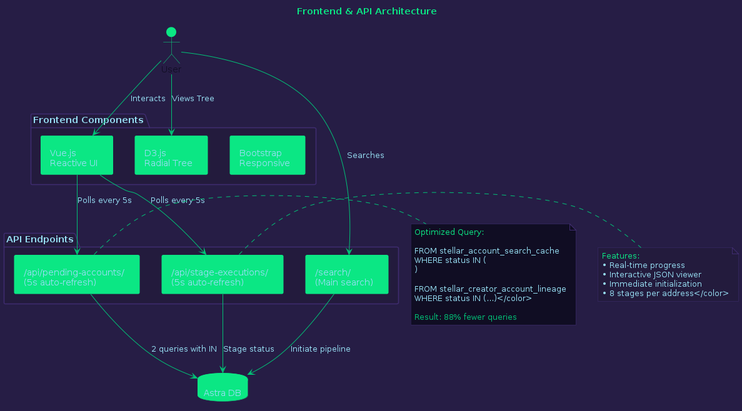
Above: diagrams/04_frontend_api.png in areveur51/StellarMapWeb (PlantUML), before the change.
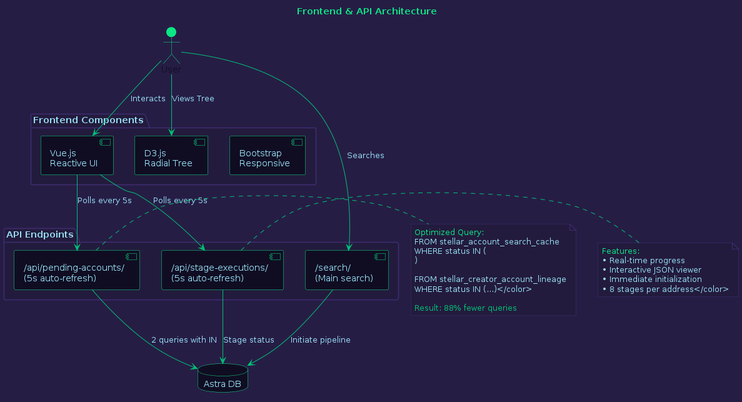
After the change.

What changed in the source:
```diff
@@ -11,7 +11,7 @@
 }
 
 skinparam database {
-  BackgroundColor #032314
+  BackgroundColor #100D23
   BorderColor #0BE784
   FontColor #96DDF2
 }
@@ -29,7 +29,7 @@
 }
 
 skinparam note {
-  BackgroundColor #100D23
+  BackgroundColor #231B3D
   BorderColor #3f2c70
   FontColor #96DDF2
 }
@@ -39,18 +39,18 @@
 actor User #0BE784
 
 package "Frontend Components" #231B3D {
-  component "Vue.js\nReactive UI" as Vue #0BE784
-  component "D3.js\nRadial Tree" as D3 #0BE784
-  component "Bootstrap\nResponsive" as Bootstrap #0BE784
+  component "Vue.js\nReactive UI" as Vue
+  component "D3.js\nRadial Tree" as D3
+  component "Bootstrap\nResponsive" as Bootstrap
 }
 
 package "API Endpoints" #231B3D {
-  component "/api/pending-accounts/\n(5s auto-refresh)" as PendingAPI #0BE784
-  component "/api/stage-executions/\n(5s auto-refresh)" as StagesAPI #0BE784
-  component "/search/\n(Main search)" as SearchAPI #0BE784
+  component "/api/pending-accounts/\n(5s auto-refresh)" as PendingAPI
+  component "/api/stage-executions/\n(5s auto-refresh)" as StagesAPI
+  component "/search/\n(Main search)" as SearchAPI
 }
 
-database "Astra DB" as DB #0BE784
+database "Astra DB" as DB
 
 User -[#01C176]-> Vue : "Interacts"
 User -[#01C176]-> D3 : "Views Tree"
@@ -61,9 +61,8 @@
 StagesAPI -[#01C176]-> DB : "Stage status"
 SearchAPI -[#01C176]-> DB : "Initiate pipeline"
 
-note right of PendingAPI #100D23
+note right of PendingAPI #231B3D
   <color:#0BE784>Optimized Query:</color>
-
   <color:#96DDF2>FROM stellar_account_search_cache
   WHERE status IN (
   )
```
